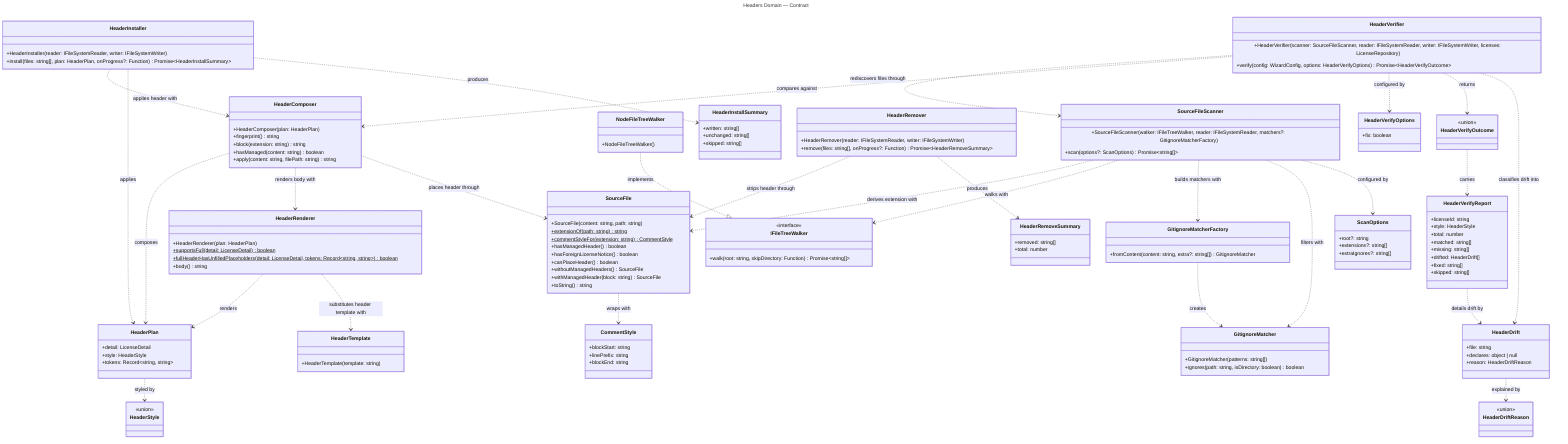
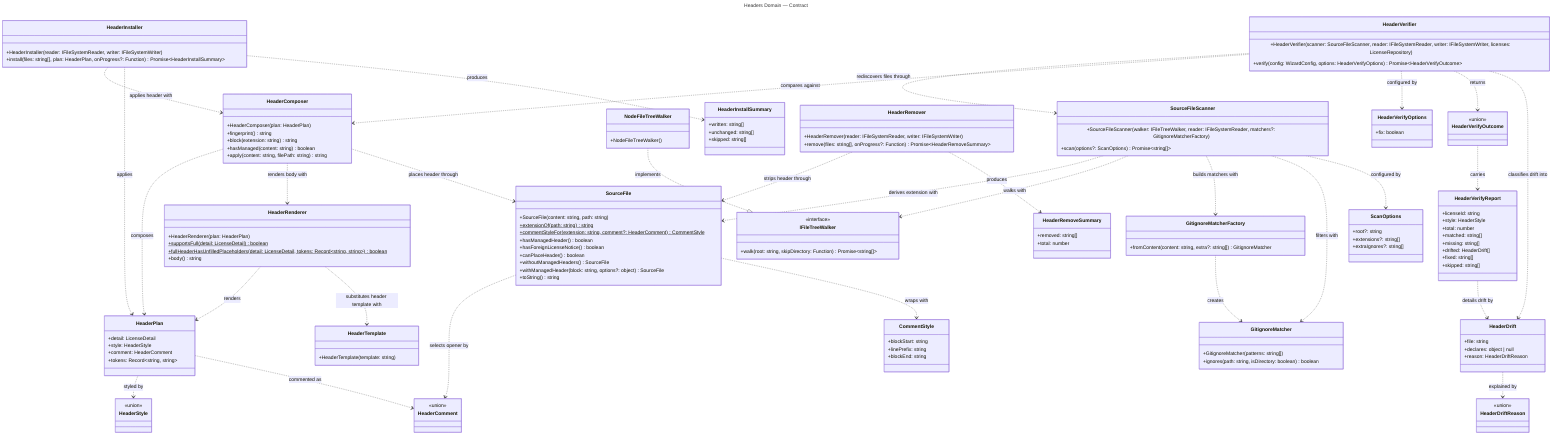
---
title: Headers Domain — Contract
---
classDiagram
  direction TB

  %% Domain: Headers (src/headers)
  %% Focused per-domain view extracted from ../class-diagram.mmd.
  %% Shows ONLY Headers-domain classes and their intra-domain relationships.
  %% Cross-domain relationships (HeaderTemplate extends Licensing's SpdxTemplate;
  %% HeaderPlan carries a LicenseDetail; installer/remover/verifier/scanner use
  %% Configuration's file-system interfaces; HeaderVerifier fetches through the
  %% LicenseRepository and verifies against WizardConfig) are intentionally
  %% omitted — see ../class-diagram.mmd for the full picture.

  class HeaderPlan {
    +detail: LicenseDetail
    +style: HeaderStyle
+     +comment: HeaderComment
    +tokens: Record~string, string~
  }

  class HeaderStyle {
+     <<union>>
+   }
+ 
+   class HeaderComment {
    <<union>>
  }

  class HeaderRenderer {
    +HeaderRenderer(plan: HeaderPlan)
    +supportsFull(detail: LicenseDetail)$ boolean
    +fullHeaderHasUnfilledPlaceholders(detail: LicenseDetail, tokens: Record~string, string~)$ boolean
    +body() string
  }

  class HeaderTemplate {
    +HeaderTemplate(template: string)
  }

  class HeaderComposer {
    +HeaderComposer(plan: HeaderPlan)
    +fingerprint() string
    +block(extension: string) string
    +hasManaged(content: string) boolean
    +apply(content: string, filePath: string) string
  }

  class SourceFileScanner {
    +SourceFileScanner(walker: IFileTreeWalker, reader: IFileSystemReader, matchers?: GitignoreMatcherFactory)
    +scan(options?: ScanOptions) Promise~string[]~
  }

  class ScanOptions {
    +root?: string
    +extensions?: string[]
    +extraIgnores?: string[]
  }

  class GitignoreMatcher {
    +GitignoreMatcher(patterns: string[])
    +ignores(path: string, isDirectory: boolean) boolean
  }

  class GitignoreMatcherFactory {
    +fromContent(content: string, extra?: string[]) GitignoreMatcher
  }

  class IFileTreeWalker {
    <<interface>>
    +walk(root: string, skipDirectory: Function) Promise~string[]~
  }

  class NodeFileTreeWalker {
    +NodeFileTreeWalker()
  }

  class HeaderInstaller {
    +HeaderInstaller(reader: IFileSystemReader, writer: IFileSystemWriter)
    +install(files: string[], plan: HeaderPlan, onProgress?: Function) Promise~HeaderInstallSummary~
  }

  class HeaderInstallSummary {
    +written: string[]
    +unchanged: string[]
    +skipped: string[]
  }

  class SourceFile {
    +SourceFile(content: string, path: string)
    +extensionOf(path: string)$ string
-     +commentStyleFor(extension: string)$ CommentStyle
+     +commentStyleFor(extension: string, comment?: HeaderComment)$ CommentStyle
    +hasManagedHeader() boolean
    +hasForeignLicenseNotice() boolean
    +canPlaceHeader() boolean
    +withoutManagedHeaders() SourceFile
-     +withManagedHeader(block: string) SourceFile
+     +withManagedHeader(block: string, options?: object) SourceFile
    +toString() string
  }

  class CommentStyle {
    +blockStart: string
    +linePrefix: string
    +blockEnd: string
  }

  class HeaderRemover {
    +HeaderRemover(reader: IFileSystemReader, writer: IFileSystemWriter)
    +remove(files: string[], onProgress?: Function) Promise~HeaderRemoveSummary~
  }

  class HeaderRemoveSummary {
    +removed: string[]
    +total: number
  }

  class HeaderVerifier {
    +HeaderVerifier(scanner: SourceFileScanner, reader: IFileSystemReader, writer: IFileSystemWriter, licenses: LicenseRepository)
    +verify(config: WizardConfig, options: HeaderVerifyOptions) Promise~HeaderVerifyOutcome~
  }

  class HeaderVerifyOptions {
    +fix: boolean
  }

  class HeaderVerifyOutcome {
    <<union>>
  }

  class HeaderVerifyReport {
    +licenseId: string
    +style: HeaderStyle
    +total: number
    +matched: string[]
    +missing: string[]
    +drifted: HeaderDrift[]
    +fixed: string[]
    +skipped: string[]
  }

  class HeaderDrift {
    +file: string
    +declares: object | null
    +reason: HeaderDriftReason
  }

  class HeaderDriftReason {
    <<union>>
  }

  HeaderPlan ..> HeaderStyle : styled by
+   HeaderPlan ..> HeaderComment : commented as
+   SourceFile ..> HeaderComment : selects opener by
  HeaderRenderer ..> HeaderPlan : renders
  HeaderRenderer ..> HeaderTemplate : substitutes header template with
  HeaderComposer ..> HeaderPlan : composes
  HeaderComposer ..> HeaderRenderer : renders body with
  HeaderComposer ..> SourceFile : places header through
  HeaderInstaller ..> HeaderComposer : applies header with
  HeaderInstaller ..> HeaderPlan : applies
  HeaderInstaller ..> HeaderInstallSummary : produces
  HeaderRemover ..> SourceFile : strips header through
  HeaderRemover ..> HeaderRemoveSummary : produces
  SourceFile ..> CommentStyle : wraps with
  SourceFileScanner ..> SourceFile : derives extension with
  SourceFileScanner ..> IFileTreeWalker : walks with
  SourceFileScanner ..> GitignoreMatcherFactory : builds matchers with
  SourceFileScanner ..> GitignoreMatcher : filters with
  SourceFileScanner ..> ScanOptions : configured by
  GitignoreMatcherFactory ..> GitignoreMatcher : creates
  NodeFileTreeWalker ..|> IFileTreeWalker : implements
  HeaderVerifier ..> SourceFileScanner : rediscovers files through
  HeaderVerifier ..> HeaderComposer : compares against
  HeaderVerifier ..> HeaderVerifyOptions : configured by
  HeaderVerifier ..> HeaderVerifyOutcome : returns
  HeaderVerifier ..> HeaderDrift : classifies drift into
  HeaderVerifyOutcome ..> HeaderVerifyReport : carries
  HeaderVerifyReport ..> HeaderDrift : details drift by
  HeaderDrift ..> HeaderDriftReason : explained by
